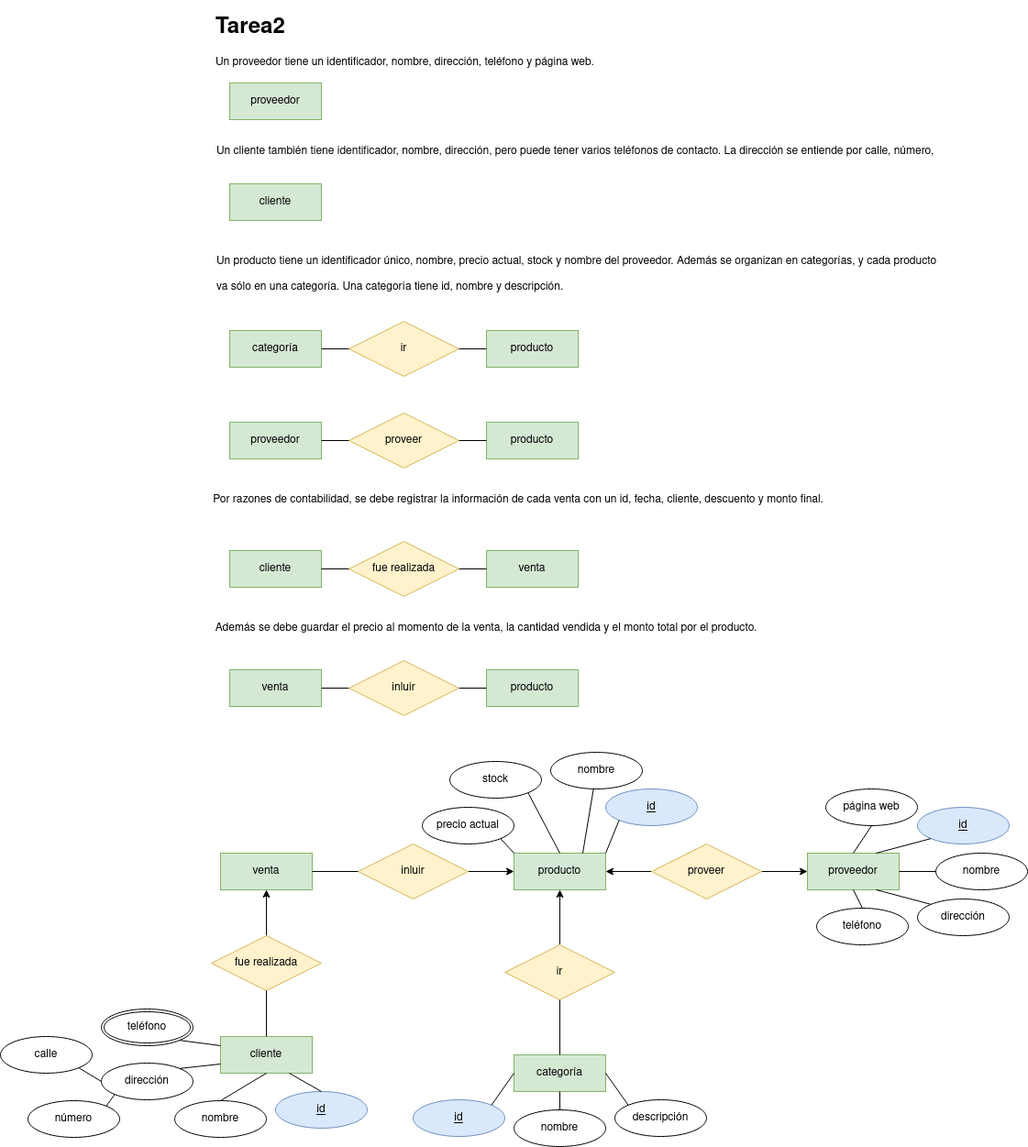
Earlier version of the draw.io export tareasER/tarea2.png (javigh193/bae). Source tidied: cells renumbered, new cells last; positions are measured from the earlier drawing's top-left corner, leaving out a move shared by most shapes.
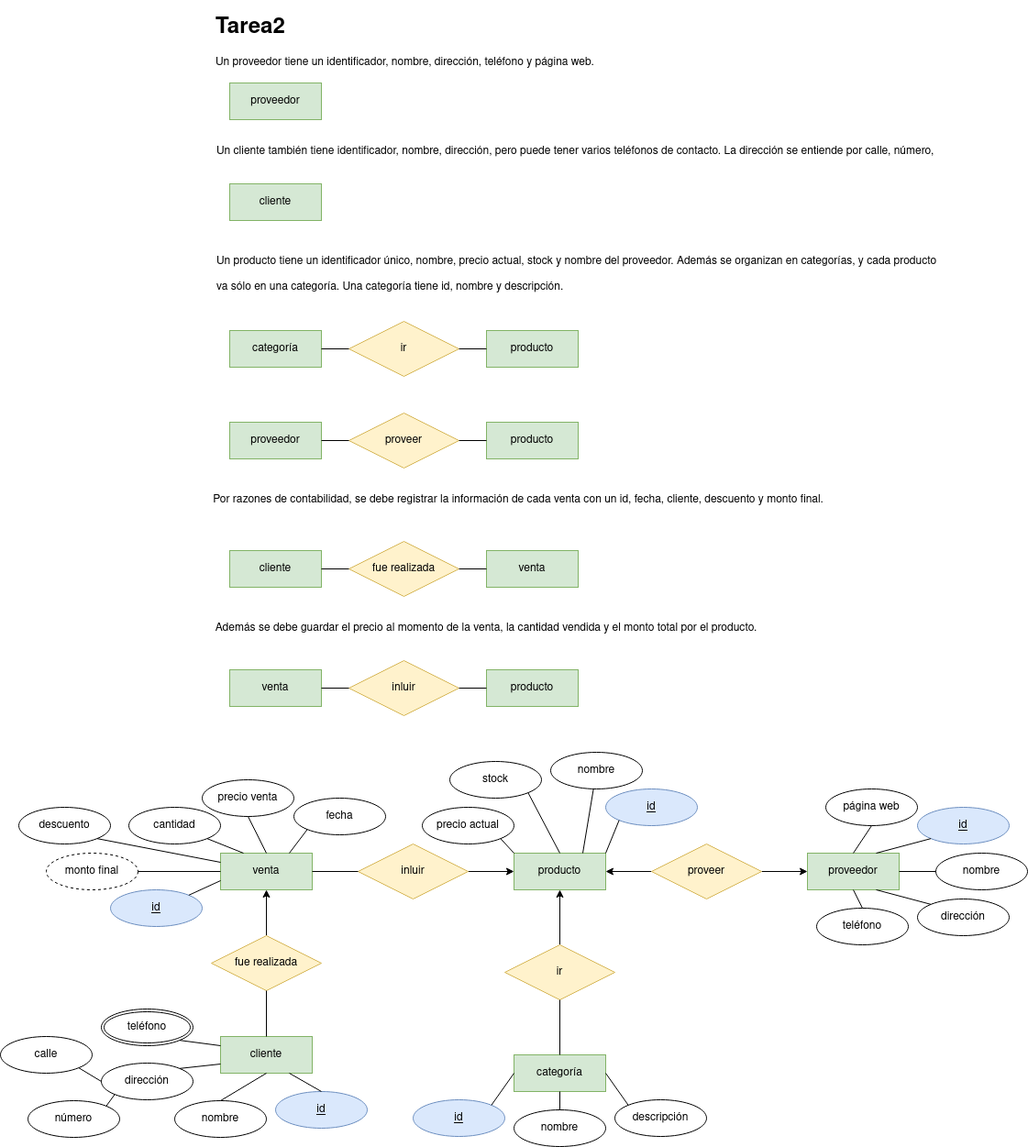
Above is the later version.

What changed in the source:
```diff
@@ -242,5 +242,41 @@
     <mxCell id="81" style="endArrow=none;html=1;rounded=0;entryX=0.75;entryY=0;entryDx=0;entryDy=0;" parent="1" edge="1" source="69" target="29">
       <mxGeometry relative="1" as="geometry" />
     </mxCell>
+    <mxCell id="82" value="id" style="ellipse;whiteSpace=wrap;html=1;align=center;fontStyle=4;fillColor=#dae8fc;strokeColor=#6c8ebf;" parent="1" vertex="1">
+      <mxGeometry x="120" y="960" width="100" height="40" as="geometry" />
+    </mxCell>
+    <mxCell id="83" value="fecha" style="ellipse;whiteSpace=wrap;html=1;align=center;" parent="1" vertex="1">
+      <mxGeometry x="320" y="860" width="100" height="40" as="geometry" />
+    </mxCell>
+    <mxCell id="84" value="descuento" style="ellipse;whiteSpace=wrap;html=1;align=center;" parent="1" vertex="1">
+      <mxGeometry x="20" y="870" width="100" height="40" as="geometry" />
+    </mxCell>
+    <mxCell id="85" value="monto final" style="ellipse;whiteSpace=wrap;html=1;align=center;dashed=1;" parent="1" vertex="1">
+      <mxGeometry x="50" y="920" width="100" height="40" as="geometry" />
+    </mxCell>
+    <mxCell id="86" value="precio venta" style="ellipse;whiteSpace=wrap;html=1;align=center;" parent="1" vertex="1">
+      <mxGeometry x="220" y="840" width="100" height="40" as="geometry" />
+    </mxCell>
+    <mxCell id="87" value="cantidad" style="ellipse;whiteSpace=wrap;html=1;align=center;" parent="1" vertex="1">
+      <mxGeometry x="140" y="870" width="100" height="40" as="geometry" />
+    </mxCell>
+    <mxCell id="88" style="endArrow=none;html=1;rounded=0;exitX=1;exitY=0;exitDx=0;exitDy=0;entryX=0;entryY=0.75;entryDx=0;entryDy=0;" parent="1" edge="1" source="82" target="40">
+      <mxGeometry relative="1" as="geometry" />
+    </mxCell>
+    <mxCell id="89" style="endArrow=none;html=1;rounded=0;exitX=0;exitY=1;exitDx=0;exitDy=0;entryX=0.75;entryY=0;entryDx=0;entryDy=0;" parent="1" edge="1" source="83" target="40">
+      <mxGeometry relative="1" as="geometry" />
+    </mxCell>
+    <mxCell id="90" style="endArrow=none;html=1;rounded=0;exitX=0.5;exitY=1;exitDx=0;exitDy=0;entryX=0.5;entryY=0;entryDx=0;entryDy=0;" parent="1" edge="1" source="86" target="40">
+      <mxGeometry relative="1" as="geometry" />
+    </mxCell>
+    <mxCell id="91" style="endArrow=none;html=1;rounded=0;exitX=1;exitY=1;exitDx=0;exitDy=0;entryX=0.25;entryY=0;entryDx=0;entryDy=0;" parent="1" edge="1" source="87" target="40">
+      <mxGeometry relative="1" as="geometry" />
+    </mxCell>
+    <mxCell id="92" style="endArrow=none;html=1;rounded=0;exitX=1;exitY=1;exitDx=0;exitDy=0;entryX=0;entryY=0.25;entryDx=0;entryDy=0;" parent="1" edge="1" source="84" target="40">
+      <mxGeometry relative="1" as="geometry" />
+    </mxCell>
+    <mxCell id="93" style="endArrow=none;html=1;rounded=0;exitX=1;exitY=0.5;exitDx=0;exitDy=0;entryX=0;entryY=0.5;entryDx=0;entryDy=0;" parent="1" edge="1" source="85" target="40">
+      <mxGeometry relative="1" as="geometry" />
+    </mxCell>
   </root>
 </mxGraphModel>
```
